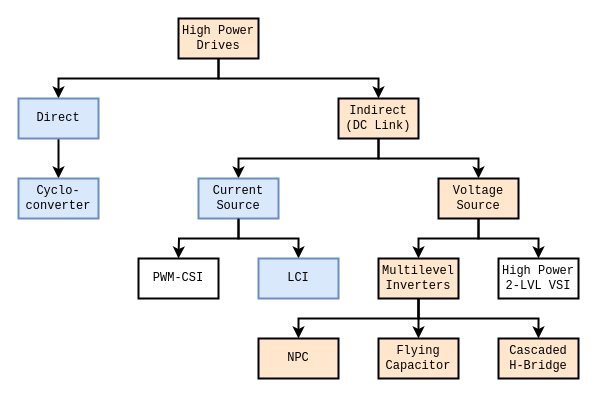
This is High_Power_INV_Classes.drawio from thece36/drawio, a draw.io file, before an edit. Source tidied: cells renumbered, new cells numbered last; positions are measured from the earlier drawing's top-left corner, leaving out a move shared by most shapes. Both pictures are drawn from the tidied source at 100%, with x=0, y=0 at pixel (18, 18).
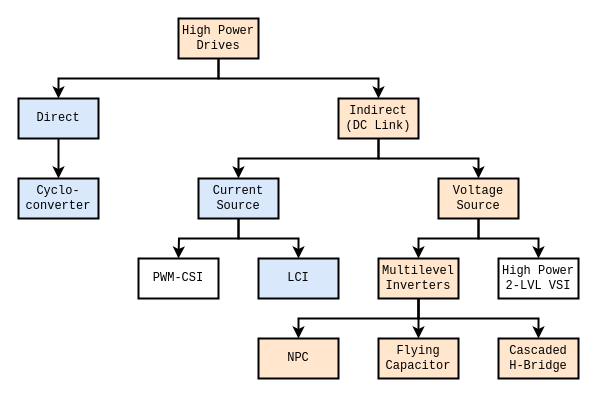
After the change.

The edit, as a diff of the source:
```diff
@@
-    <mxCell id="5" value="&lt;div&gt;Direct&lt;/div&gt;" style="rounded=0;whiteSpace=wrap;html=1;fontFamily=Courier New;strokeWidth=2;fillColor=#dae8fc;strokeColor=#6c8ebf;" parent="1" vertex="1">
+    <mxCell id="5" value="&lt;div&gt;Direct&lt;/div&gt;" style="rounded=0;whiteSpace=wrap;html=1;fontFamily=Courier New;strokeWidth=2;fillColor=#dae8fc;strokeColor=#000000;" parent="1" vertex="1">
       <mxGeometry y="80" width="80" height="40" as="geometry" />
     </mxCell>
@@
-    <mxCell id="9" value="&lt;div&gt;Cyclo-&lt;/div&gt;&lt;div&gt;converter&lt;br&gt;&lt;/div&gt;" style="rounded=0;whiteSpace=wrap;html=1;fontFamily=Courier New;strokeWidth=2;fillColor=#dae8fc;strokeColor=#6c8ebf;" parent="1" vertex="1">
+    <mxCell id="9" value="&lt;div&gt;Cyclo-&lt;/div&gt;&lt;div&gt;converter&lt;br&gt;&lt;/div&gt;" style="rounded=0;whiteSpace=wrap;html=1;fontFamily=Courier New;strokeWidth=2;fillColor=#dae8fc;strokeColor=#000000;" parent="1" vertex="1">
       <mxGeometry y="160" width="80" height="40" as="geometry" />
     </mxCell>
@@
-    <mxCell id="11" value="&lt;div&gt;Current&lt;/div&gt;&lt;div&gt;Source&lt;br&gt;&lt;/div&gt;" style="rounded=0;whiteSpace=wrap;html=1;fontFamily=Courier New;strokeWidth=2;fillColor=#dae8fc;strokeColor=#6c8ebf;" parent="1" vertex="1">
+    <mxCell id="11" value="&lt;div&gt;Current&lt;/div&gt;&lt;div&gt;Source&lt;br&gt;&lt;/div&gt;" style="rounded=0;whiteSpace=wrap;html=1;fontFamily=Courier New;strokeWidth=2;fillColor=#dae8fc;strokeColor=#000000;" parent="1" vertex="1">
       <mxGeometry x="180" y="160" width="80" height="40" as="geometry" />
     </mxCell>
@@
-    <mxCell id="17" value="LCI" style="rounded=0;whiteSpace=wrap;html=1;fontFamily=Courier New;strokeWidth=2;fillColor=#dae8fc;strokeColor=#6c8ebf;" parent="1" vertex="1">
+    <mxCell id="17" value="LCI" style="rounded=0;whiteSpace=wrap;html=1;fontFamily=Courier New;strokeWidth=2;fillColor=#dae8fc;strokeColor=#000000;" parent="1" vertex="1">
       <mxGeometry x="240" y="240" width="80" height="40" as="geometry" />
     </mxCell>
```
